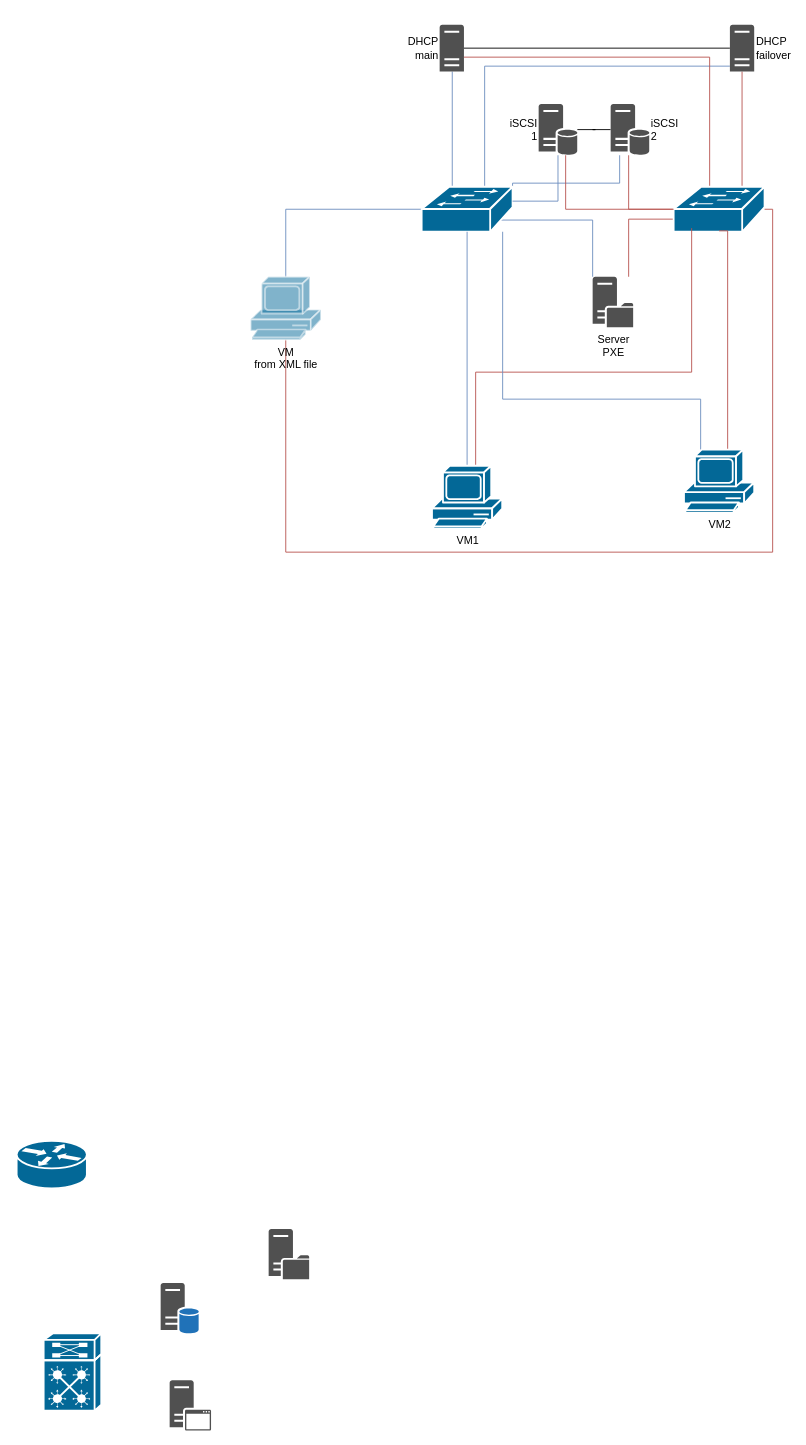
This is Untitled Diagram.drawio from Moluk34/aplikacjesieciowe, a draw.io file, before an edit. Source tidied: cells renumbered, new cells numbered last; positions are measured from the earlier drawing's top-left corner, leaving out a move shared by most shapes. Both pictures are drawn from the tidied source at 90%, with x=0, y=0 at pixel (16, 24).
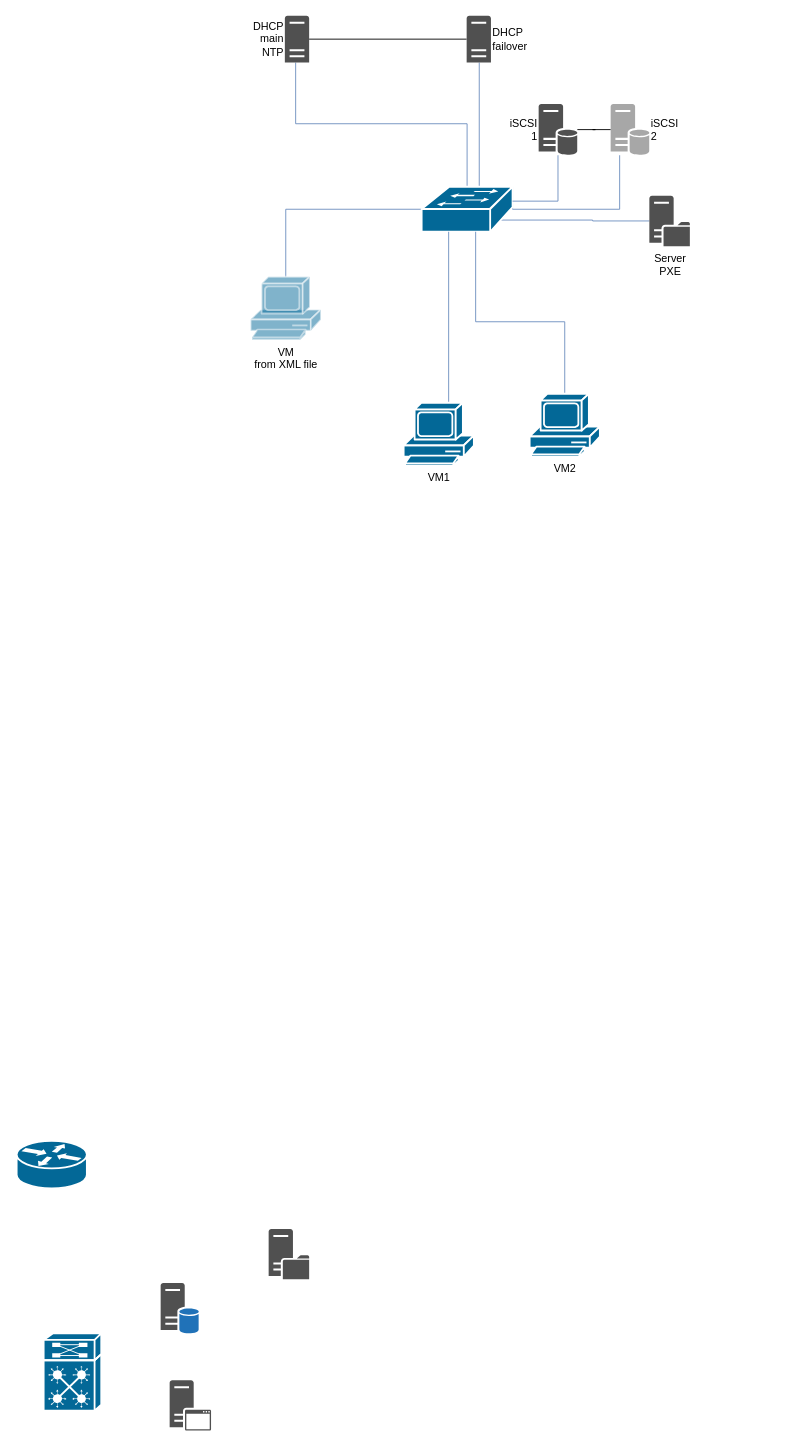
After the change.

Unchanged cells that the change refers to:
```xml
<mxCell id="9" style="shape=mxgraph.cisco.switches.workgroup_switch;html=1;dashed=0;fillColor=#036897;strokeColor=#ffffff;strokeWidth=2;verticalLabelPosition=bottom;verticalAlign=top;align=center;outlineConnect=0;" parent="1" vertex="1">
  <mxGeometry x="450" y="180" width="101" height="50" as="geometry" />
</mxCell>
<mxCell id="14" value="iSCSI&lt;br&gt;1" style="shadow=0;dashed=0;html=1;strokeColor=none;fillColor=#505050;labelPosition=left;verticalLabelPosition=middle;verticalAlign=middle;outlineConnect=0;align=right;shape=mxgraph.office.databases.database_server;" parent="1" vertex="1">
  <mxGeometry x="580" y="88" width="43" height="57" as="geometry" />
</mxCell>
<mxCell id="33" value="VM&lt;br&gt;from XML file" style="shape=mxgraph.cisco.computers_and_peripherals.pc;html=1;dashed=0;fillColor=#036897;strokeColor=#ffffff;strokeWidth=2;verticalLabelPosition=bottom;verticalAlign=top;align=center;outlineConnect=0;opacity=50;" parent="1" vertex="1">
  <mxGeometry x="260" y="280" width="78" height="70" as="geometry" />
</mxCell>
```

What changed in the source:
```diff
@@
     <mxCell id="4" style="edgeStyle=orthogonalEdgeStyle;rounded=0;jettySize=auto;html=1;exitX=0.5;exitY=0;exitDx=0;exitDy=0;exitPerimeter=0;fillColor=#dae8fc;strokeColor=#6c8ebf;endArrow=none;endFill=0;" parent="1" edge="1" source="9" target="16">
       <mxGeometry relative="1" as="geometry">
         <Array as="points">
-          <mxPoint x="484" y="180" />
+          <mxPoint x="501" y="110" />
+          <mxPoint x="310" y="110" />
         </Array>
       </mxGeometry>
     </mxCell>
@@
     <mxCell id="7" style="edgeStyle=orthogonalEdgeStyle;rounded=0;jettySize=auto;html=1;exitX=1;exitY=0;exitDx=0;exitDy=0;exitPerimeter=0;endArrow=none;endFill=0;strokeColor=#6c8ebf;fillColor=#dae8fc;" parent="1" edge="1" source="9" target="25">
       <mxGeometry relative="1" as="geometry">
         <Array as="points">
-          <mxPoint x="551" y="176" />
-          <mxPoint x="670" y="176" />
+          <mxPoint x="551" y="205" />
+          <mxPoint x="670" y="205" />
         </Array>
       </mxGeometry>
     </mxCell>
     <mxCell id="8" style="edgeStyle=orthogonalEdgeStyle;rounded=0;jettySize=auto;html=1;exitX=0.5;exitY=0;exitDx=0;exitDy=0;exitPerimeter=0;endArrow=none;endFill=0;strokeColor=#6c8ebf;fillColor=#dae8fc;" parent="1" edge="1" source="9" target="23">
       <mxGeometry relative="1" as="geometry">
         <Array as="points">
-          <mxPoint x="520" y="180" />
-          <mxPoint x="520" y="46" />
+          <mxPoint x="514" y="180" />
         </Array>
       </mxGeometry>
     </mxCell>
@@
-    <mxCell id="16" value="DHCP&lt;br&gt;main" style="shadow=0;dashed=0;html=1;strokeColor=none;fillColor=#505050;labelPosition=left;verticalLabelPosition=middle;verticalAlign=middle;outlineConnect=0;align=right;shape=mxgraph.office.servers.server_generic;" parent="1" vertex="1">
-      <mxGeometry x="470" width="27" height="52" as="geometry" />
+    <mxCell id="16" value="DHCP&lt;br&gt;main&lt;br&gt;NTP" style="shadow=0;dashed=0;html=1;strokeColor=none;fillColor=#505050;labelPosition=left;verticalLabelPosition=middle;verticalAlign=middle;outlineConnect=0;align=right;shape=mxgraph.office.servers.server_generic;" parent="1" vertex="1">
+      <mxGeometry x="298" y="-10" width="27" height="52" as="geometry" />
     </mxCell>
-    <mxCell id="17" style="edgeStyle=orthogonalEdgeStyle;rounded=0;jettySize=auto;html=1;exitX=0.5;exitY=0;exitDx=0;exitDy=0;exitPerimeter=0;fillColor=#f8cecc;strokeColor=#b85450;endArrow=none;endFill=0;" parent="1" edge="1" source="21" target="23">
-      <mxGeometry relative="1" as="geometry">
-        <Array as="points">
-          <mxPoint x="806" y="180" />
-        </Array>
-      </mxGeometry>
-    </mxCell>
-    <mxCell id="18" style="edgeStyle=orthogonalEdgeStyle;rounded=0;jettySize=auto;html=1;exitX=0;exitY=0.98;exitDx=0;exitDy=0;exitPerimeter=0;endArrow=none;endFill=0;strokeColor=#b85450;fillColor=#f8cecc;" parent="1" edge="1" source="21" target="34">
-      <mxGeometry relative="1" as="geometry">
-        <Array as="points">
-          <mxPoint x="730" y="216" />
-          <mxPoint x="680" y="216" />
-        </Array>
-      </mxGeometry>
-    </mxCell>
-    <mxCell id="19" style="edgeStyle=orthogonalEdgeStyle;rounded=0;jettySize=auto;html=1;exitX=0;exitY=0.5;exitDx=0;exitDy=0;exitPerimeter=0;endArrow=none;endFill=0;strokeColor=#b85450;fillColor=#f8cecc;" parent="1" edge="1" source="21" target="14">
-      <mxGeometry relative="1" as="geometry">
-        <Array as="points">
-          <mxPoint x="610" y="205" />
-        </Array>
-      </mxGeometry>
-    </mxCell>
-    <mxCell id="20" style="edgeStyle=orthogonalEdgeStyle;rounded=0;jettySize=auto;html=1;exitX=0.5;exitY=0;exitDx=0;exitDy=0;exitPerimeter=0;endArrow=none;endFill=0;strokeColor=#b85450;fillColor=#f8cecc;" parent="1" edge="1" source="21" target="16">
-      <mxGeometry relative="1" as="geometry">
-        <Array as="points">
-          <mxPoint x="770" y="180" />
-          <mxPoint x="770" y="36" />
-        </Array>
-      </mxGeometry>
-    </mxCell>
-    <mxCell id="21" style="shape=mxgraph.cisco.switches.workgroup_switch;html=1;dashed=0;fillColor=#036897;strokeColor=#ffffff;strokeWidth=2;verticalLabelPosition=bottom;verticalAlign=top;align=center;outlineConnect=0;" parent="1" vertex="1">
-      <mxGeometry x="730" y="180" width="101" height="50" as="geometry" />
-    </mxCell>
@@
     <mxCell id="23" value="DHCP &lt;br&gt;failover" style="shadow=0;dashed=0;html=1;strokeColor=none;fillColor=#505050;labelPosition=right;verticalLabelPosition=middle;verticalAlign=middle;outlineConnect=0;align=left;shape=mxgraph.office.servers.server_generic;" parent="1" vertex="1">
-      <mxGeometry x="792.5" width="27" height="52" as="geometry" />
+      <mxGeometry x="500" y="-10" width="27" height="52" as="geometry" />
     </mxCell>
-    <mxCell id="24" style="edgeStyle=orthogonalEdgeStyle;rounded=0;jettySize=auto;html=1;endArrow=none;endFill=0;strokeColor=#b85450;fillColor=#f8cecc;" parent="1" edge="1" source="25" target="21">
-      <mxGeometry relative="1" as="geometry">
-        <Array as="points">
-          <mxPoint x="680" y="205" />
-        </Array>
-      </mxGeometry>
-    </mxCell>
-    <mxCell id="25" value="iSCSI&lt;br&gt;2" style="shadow=0;dashed=0;html=1;strokeColor=none;fillColor=#505050;labelPosition=right;verticalLabelPosition=middle;verticalAlign=middle;outlineConnect=0;align=left;shape=mxgraph.office.databases.database_server;" parent="1" vertex="1">
+    <mxCell id="25" value="iSCSI&lt;br&gt;2" style="shadow=0;dashed=0;html=1;strokeColor=none;fillColor=#505050;labelPosition=right;verticalLabelPosition=middle;verticalAlign=middle;outlineConnect=0;align=left;shape=mxgraph.office.databases.database_server;opacity=50;" parent="1" vertex="1">
       <mxGeometry x="660" y="88" width="43" height="57" as="geometry" />
     </mxCell>
     <mxCell id="26" style="edgeStyle=orthogonalEdgeStyle;rounded=0;jettySize=auto;html=1;exitX=0.5;exitY=0;exitDx=0;exitDy=0;exitPerimeter=0;fillColor=#dae8fc;strokeColor=#6c8ebf;endArrow=none;endFill=0;" parent="1" edge="1" source="28" target="9">
-      <mxGeometry relative="1" as="geometry" />
+      <mxGeometry relative="1" as="geometry">
+        <Array as="points">
+          <mxPoint x="480" y="420" />
+        </Array>
+      </mxGeometry>
     </mxCell>
-    <mxCell id="27" style="edgeStyle=orthogonalEdgeStyle;rounded=0;jettySize=auto;html=1;entryX=0.198;entryY=0.92;entryDx=0;entryDy=0;entryPerimeter=0;fillColor=#f8cecc;strokeColor=#b85450;endArrow=none;endFill=0;" parent="1" edge="1" source="28" target="21">
-      <mxGeometry relative="1" as="geometry">
-        <Array as="points">
-          <mxPoint x="510" y="386" />
-          <mxPoint x="750" y="386" />
-        </Array>
-      </mxGeometry>
-    </mxCell>
     <mxCell id="28" value="VM1" style="shape=mxgraph.cisco.computers_and_peripherals.pc;html=1;dashed=0;fillColor=#036897;strokeColor=#ffffff;strokeWidth=2;verticalLabelPosition=bottom;verticalAlign=top;align=center;outlineConnect=0;" parent="1" vertex="1">
-      <mxGeometry x="461.5" y="490" width="78" height="70" as="geometry" />
+      <mxGeometry x="430" y="420" width="78" height="70" as="geometry" />
     </mxCell>
-    <mxCell id="29" style="edgeStyle=orthogonalEdgeStyle;rounded=0;jettySize=auto;html=1;exitX=0.5;exitY=0;exitDx=0;exitDy=0;exitPerimeter=0;entryX=0.5;entryY=0.98;entryDx=0;entryDy=0;entryPerimeter=0;fillColor=#f8cecc;strokeColor=#b85450;endArrow=none;endFill=0;" parent="1" edge="1" source="31" target="21">
-      <mxGeometry relative="1" as="geometry">
-        <Array as="points">
-          <mxPoint x="790" y="472" />
-          <mxPoint x="790" y="229" />
-        </Array>
-      </mxGeometry>
-    </mxCell>
     <mxCell id="30" style="edgeStyle=orthogonalEdgeStyle;rounded=0;jettySize=auto;html=1;exitX=0.5;exitY=0;exitDx=0;exitDy=0;exitPerimeter=0;fillColor=#dae8fc;strokeColor=#6c8ebf;endArrow=none;endFill=0;" parent="1" edge="1" source="31" target="9">
       <mxGeometry relative="1" as="geometry">
         <Array as="points">
-          <mxPoint x="760" y="472" />
-          <mxPoint x="760" y="416" />
-          <mxPoint x="540" y="416" />
+          <mxPoint x="609" y="330" />
+          <mxPoint x="510" y="330" />
         </Array>
       </mxGeometry>
     </mxCell>
     <mxCell id="31" value="VM2" style="shape=mxgraph.cisco.computers_and_peripherals.pc;html=1;dashed=0;fillColor=#036897;strokeColor=#ffffff;strokeWidth=2;verticalLabelPosition=bottom;verticalAlign=top;align=center;outlineConnect=0;" parent="1" vertex="1">
-      <mxGeometry x="741.5" y="472" width="78" height="70" as="geometry" />
+      <mxGeometry x="570" y="410" width="78" height="70" as="geometry" />
     </mxCell>
-    <mxCell id="32" style="edgeStyle=orthogonalEdgeStyle;rounded=0;jettySize=auto;html=1;endArrow=none;endFill=0;strokeColor=#b85450;fillColor=#f8cecc;" parent="1" edge="1" source="33" target="21">
-      <mxGeometry relative="1" as="geometry">
-        <Array as="points">
-          <mxPoint x="299" y="586" />
-          <mxPoint x="840" y="586" />
-          <mxPoint x="840" y="205" />
-        </Array>
-      </mxGeometry>
-    </mxCell>
@@
     <mxCell id="34" value="Server&lt;br&gt;PXE" style="shadow=0;dashed=0;html=1;strokeColor=none;fillColor=#505050;labelPosition=center;verticalLabelPosition=bottom;verticalAlign=top;outlineConnect=0;align=center;shape=mxgraph.office.servers.file_server;" parent="1" vertex="1">
-      <mxGeometry x="640" y="280" width="45" height="56" as="geometry" />
+      <mxGeometry x="703" y="190" width="45" height="56" as="geometry" />
     </mxCell>
```
